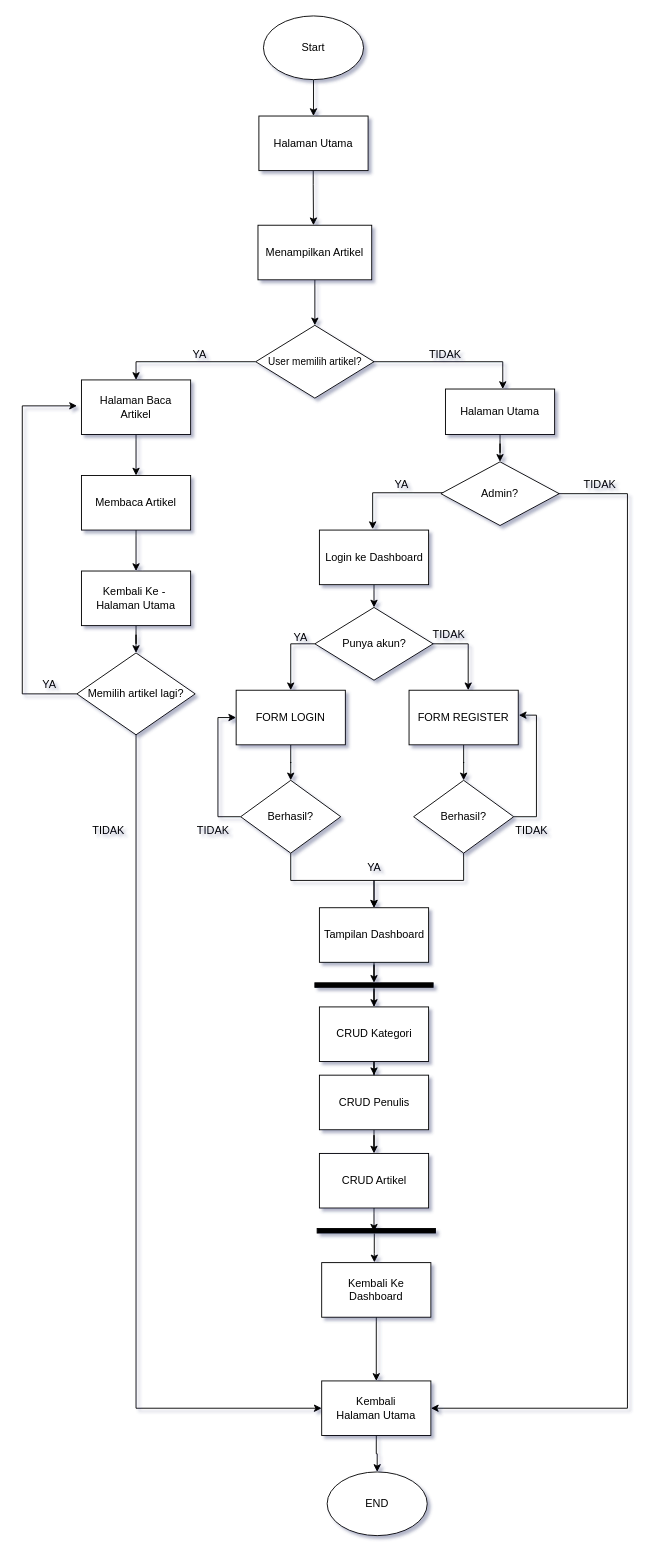
Earlier version of the draw.io diagram Untitled Diagram.drawio (EnjoyUrLife69/P5-PROJECT). Source tidied: cells renumbered, new cells numbered last; positions are measured from the earlier drawing's top-left corner, leaving out a move shared by most shapes. Both pictures are drawn from the tidied source at 91%, with x=0, y=0 at pixel (22, 15).
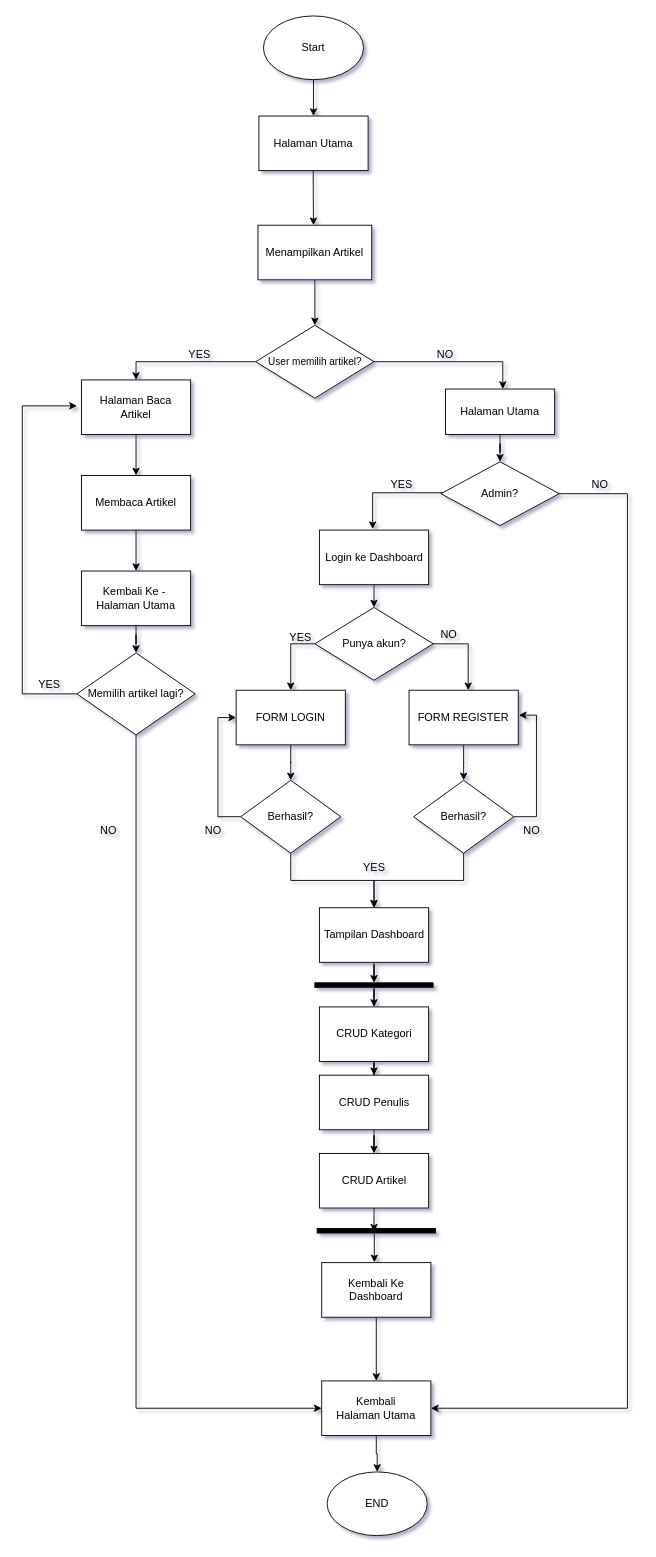
The same page after the edit.

Diff of the diagram source:
```diff
@@
-    <mxCell id="19" value="YA" style="text;strokeColor=none;align=center;fillColor=none;html=1;verticalAlign=middle;whiteSpace=wrap;rounded=0;" parent="1" vertex="1">
+    <mxCell id="19" value="YES" style="text;strokeColor=none;align=center;fillColor=none;html=1;verticalAlign=middle;whiteSpace=wrap;rounded=0;" parent="1" vertex="1">
       <mxGeometry x="165" y="357" width="60" height="30" as="geometry" />
     </mxCell>
@@
-    <mxCell id="21" value="YA" style="text;strokeColor=none;align=center;fillColor=none;html=1;verticalAlign=middle;whiteSpace=wrap;rounded=0;" parent="1" vertex="1">
+    <mxCell id="21" value="YES" style="text;strokeColor=none;align=center;fillColor=none;html=1;verticalAlign=middle;whiteSpace=wrap;rounded=0;" parent="1" vertex="1">
       <mxGeometry y="720" width="60" height="30" as="geometry" />
     </mxCell>
@@
-    <mxCell id="24" value="TIDAK" style="text;strokeColor=none;align=center;fillColor=none;html=1;verticalAlign=middle;whiteSpace=wrap;rounded=0;" parent="1" vertex="1">
+    <mxCell id="24" value="NO" style="text;strokeColor=none;align=center;fillColor=none;html=1;verticalAlign=middle;whiteSpace=wrap;rounded=0;" parent="1" vertex="1">
       <mxGeometry x="435" y="357" width="60" height="30" as="geometry" />
     </mxCell>
-    <mxCell id="25" value="YA" style="text;strokeColor=none;align=center;fillColor=none;html=1;verticalAlign=middle;whiteSpace=wrap;rounded=0;" parent="1" vertex="1">
+    <mxCell id="25" value="YES" style="text;strokeColor=none;align=center;fillColor=none;html=1;verticalAlign=middle;whiteSpace=wrap;rounded=0;" parent="1" vertex="1">
       <mxGeometry x="386.5" y="500" width="60" height="30" as="geometry" />
     </mxCell>
-    <mxCell id="26" value="TIDAK" style="text;strokeColor=none;align=center;fillColor=none;html=1;verticalAlign=middle;whiteSpace=wrap;rounded=0;" parent="1" vertex="1">
+    <mxCell id="26" value="NO" style="text;strokeColor=none;align=center;fillColor=none;html=1;verticalAlign=middle;whiteSpace=wrap;rounded=0;" parent="1" vertex="1">
       <mxGeometry x="65" y="880" width="60" height="30" as="geometry" />
     </mxCell>
@@
-    <mxCell id="34" value="YA" style="text;strokeColor=none;align=center;fillColor=none;html=1;verticalAlign=middle;whiteSpace=wrap;rounded=0;" parent="1" vertex="1">
+    <mxCell id="34" value="YES" style="text;strokeColor=none;align=center;fillColor=none;html=1;verticalAlign=middle;whiteSpace=wrap;rounded=0;" parent="1" vertex="1">
       <mxGeometry x="276" y="668" width="60" height="30" as="geometry" />
     </mxCell>
@@
-    <mxCell id="40" value="TIDAK" style="text;strokeColor=none;align=center;fillColor=none;html=1;verticalAlign=middle;whiteSpace=wrap;rounded=0;" parent="1" vertex="1">
+    <mxCell id="40" value="NO" style="text;strokeColor=none;align=center;fillColor=none;html=1;verticalAlign=middle;whiteSpace=wrap;rounded=0;" parent="1" vertex="1">
       <mxGeometry x="439" y="665" width="60" height="30" as="geometry" />
     </mxCell>
-    <mxCell id="41" value="TIDAK" style="text;strokeColor=none;align=center;fillColor=none;html=1;verticalAlign=middle;whiteSpace=wrap;rounded=0;" parent="1" vertex="1">
+    <mxCell id="41" value="NO" style="text;strokeColor=none;align=center;fillColor=none;html=1;verticalAlign=middle;whiteSpace=wrap;rounded=0;" parent="1" vertex="1">
       <mxGeometry x="605" y="500" width="60" height="30" as="geometry" />
     </mxCell>
@@
-    <mxCell id="50" value="YA" style="text;strokeColor=none;align=center;fillColor=none;html=1;verticalAlign=middle;whiteSpace=wrap;rounded=0;" parent="1" vertex="1">
+    <mxCell id="50" value="YES" style="text;strokeColor=none;align=center;fillColor=none;html=1;verticalAlign=middle;whiteSpace=wrap;rounded=0;" parent="1" vertex="1">
       <mxGeometry x="356.5" y="921" width="60" height="30" as="geometry" />
     </mxCell>
-    <mxCell id="51" value="TIDAK" style="text;strokeColor=none;align=center;fillColor=none;html=1;verticalAlign=middle;whiteSpace=wrap;rounded=0;" parent="1" vertex="1">
+    <mxCell id="51" value="NO" style="text;strokeColor=none;align=center;fillColor=none;html=1;verticalAlign=middle;whiteSpace=wrap;rounded=0;" parent="1" vertex="1">
       <mxGeometry x="530" y="880" width="60" height="30" as="geometry" />
     </mxCell>
-    <mxCell id="52" value="TIDAK" style="text;strokeColor=none;align=center;fillColor=none;html=1;verticalAlign=middle;whiteSpace=wrap;rounded=0;" parent="1" vertex="1">
+    <mxCell id="52" value="NO" style="text;strokeColor=none;align=center;fillColor=none;html=1;verticalAlign=middle;whiteSpace=wrap;rounded=0;" parent="1" vertex="1">
       <mxGeometry x="180" y="880" width="60" height="30" as="geometry" />
     </mxCell>
```
